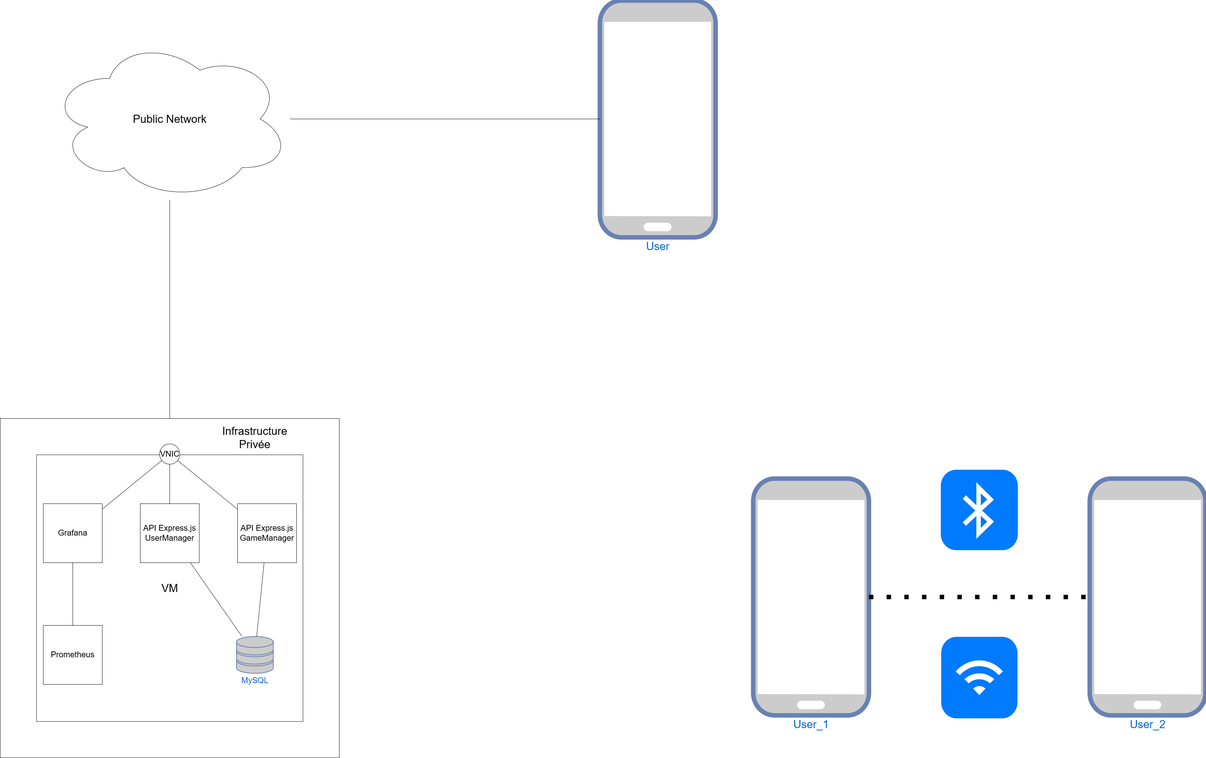
Before: docs/Schema_Architecture_Infrastructure.png, a diagram exported from draw.io (Nefferou/Safran). Source tidied: cells renumbered, new cells last; positions are measured from the earlier drawing's top-left corner, leaving out a move shared by most shapes.
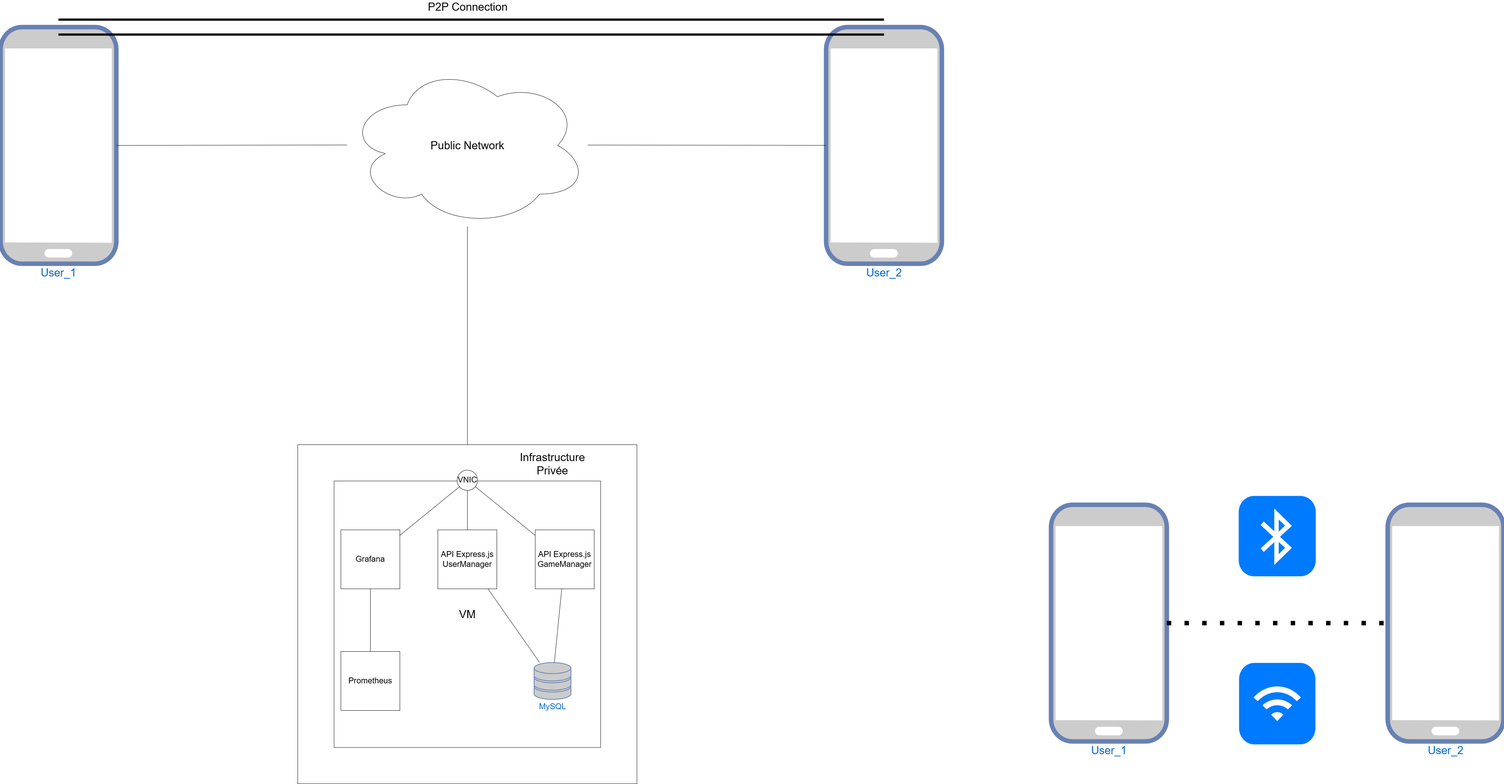
The same diagram one commit later.

Commit message:
update schema architecture infra

Diff of the diagram source:
```diff
@@ -32,8 +32,8 @@
     <mxCell id="11" value="&lt;font style=&quot;font-size: 30px;&quot;&gt;Public Network&lt;/font&gt;" style="ellipse;shape=cloud;whiteSpace=wrap;html=1;" parent="1" vertex="1">
       <mxGeometry x="133.5" y="101" width="653" height="440" as="geometry" />
     </mxCell>
-    <mxCell id="12" value="&lt;font style=&quot;font-size: 30px;&quot;&gt;User&lt;/font&gt;" style="fontColor=#0066CC;verticalAlign=top;verticalLabelPosition=bottom;labelPosition=center;align=center;html=1;outlineConnect=0;fillColor=#CCCCCC;strokeColor=#6881B3;gradientColor=none;gradientDirection=north;strokeWidth=2;shape=mxgraph.networks.mobile;" parent="1" vertex="1">
-      <mxGeometry x="1627" width="314" height="642" as="geometry" />
+    <mxCell id="12" value="&lt;font style=&quot;font-size: 30px;&quot;&gt;User_2&lt;/font&gt;" style="fontColor=#0066CC;verticalAlign=top;verticalLabelPosition=bottom;labelPosition=center;align=center;html=1;outlineConnect=0;fillColor=#CCCCCC;strokeColor=#6881B3;gradientColor=none;gradientDirection=north;strokeWidth=2;shape=mxgraph.networks.mobile;" parent="1" vertex="1">
+      <mxGeometry x="1433" width="314" height="642" as="geometry" />
     </mxCell>
     <mxCell id="13" value="&lt;font style=&quot;font-size: 30px;&quot;&gt;Infrastructure Privée&lt;/font&gt;" style="text;html=1;align=center;verticalAlign=middle;whiteSpace=wrap;rounded=0;" parent="1" vertex="1">
       <mxGeometry x="573" y="1170" width="236" height="30" as="geometry" />
@@ -68,11 +68,25 @@
     <mxCell id="23" style="endArrow=none;dashed=1;html=1;dashPattern=1 3;strokeWidth=12;rounded=0;" parent="1" edge="1" source="21" target="22">
       <mxGeometry relative="1" as="geometry" />
     </mxCell>
-    <mxCell id="24" style="html=1;strokeWidth=1;shadow=0;dashed=0;shape=mxgraph.ios7.misc.bluetooth;fillColor=#007AFF;strokeColor=none;buttonText=;strokeColor2=#222222;fontColor=#222222;fontSize=8;verticalLabelPosition=bottom;verticalAlign=top;align=center;sketch=0;" parent="1" vertex="1">
+    <mxCell id="24" style="html=1;strokeWidth=1;shadow=0;dashed=0;shape=mxgraph.ios7.misc.bluetooth;fillColor=#007AFF;strokeColor=none;buttonText=;strokeColor2=#222222;fontColor=#222222;fontSize=8;verticalLabelPosition=bottom;verticalAlign=top;align=center;" parent="1" vertex="1">
       <mxGeometry x="2552" y="1272" width="209" height="218" as="geometry" />
     </mxCell>
-    <mxCell id="25" style="html=1;strokeWidth=1;shadow=0;dashed=0;shape=mxgraph.ios7.misc.wifi;fillColor=#007AFF;strokeColor=none;buttonText=;strokeColor2=#222222;fontColor=#222222;fontSize=8;verticalLabelPosition=bottom;verticalAlign=top;align=center;sketch=0;" parent="1" vertex="1">
+    <mxCell id="25" style="html=1;strokeWidth=1;shadow=0;dashed=0;shape=mxgraph.ios7.misc.wifi;fillColor=#007AFF;strokeColor=none;buttonText=;strokeColor2=#222222;fontColor=#222222;fontSize=8;verticalLabelPosition=bottom;verticalAlign=top;align=center;" parent="1" vertex="1">
       <mxGeometry x="2553" y="1725" width="207" height="221" as="geometry" />
     </mxCell>
+    <mxCell id="26" value="&lt;font style=&quot;font-size: 30px;&quot;&gt;User_1&lt;/font&gt;" style="fontColor=#0066CC;verticalAlign=top;verticalLabelPosition=bottom;labelPosition=center;align=center;html=1;outlineConnect=0;fillColor=#CCCCCC;strokeColor=#6881B3;gradientColor=none;gradientDirection=north;strokeWidth=2;shape=mxgraph.networks.mobile;" parent="1" vertex="1">
+      <mxGeometry x="-806" width="314" height="642" as="geometry" />
+    </mxCell>
+    <mxCell id="27" style="endArrow=none;html=1;rounded=0;" parent="1" edge="1" source="11" target="26">
+      <mxGeometry relative="1" as="geometry" />
+    </mxCell>
+    <mxCell id="28" style="shape=link;endArrow=classic;startArrow=classic;html=1;rounded=0;strokeWidth=6;width=35.714285714285715;entryX=0.5;entryY=0;entryDx=0;entryDy=0;entryPerimeter=0;exitX=0.5;exitY=0;exitDx=0;exitDy=0;exitPerimeter=0;" parent="1" edge="1" source="26" target="12">
+      <mxGeometry relative="1" as="geometry" />
+    </mxCell>
+    <mxCell id="29" value="&lt;font style=&quot;font-size: 30px;&quot;&gt;P2P Connection&lt;/font&gt;" style="edgeLabel;html=1;align=center;verticalAlign=middle;" parent="28" vertex="1">
+      <mxGeometry x="0.07" y="28" relative="1" as="geometry">
+        <mxPoint x="-88" y="-29" as="offset" />
+      </mxGeometry>
+    </mxCell>
   </root>
 </mxGraphModel>
```
